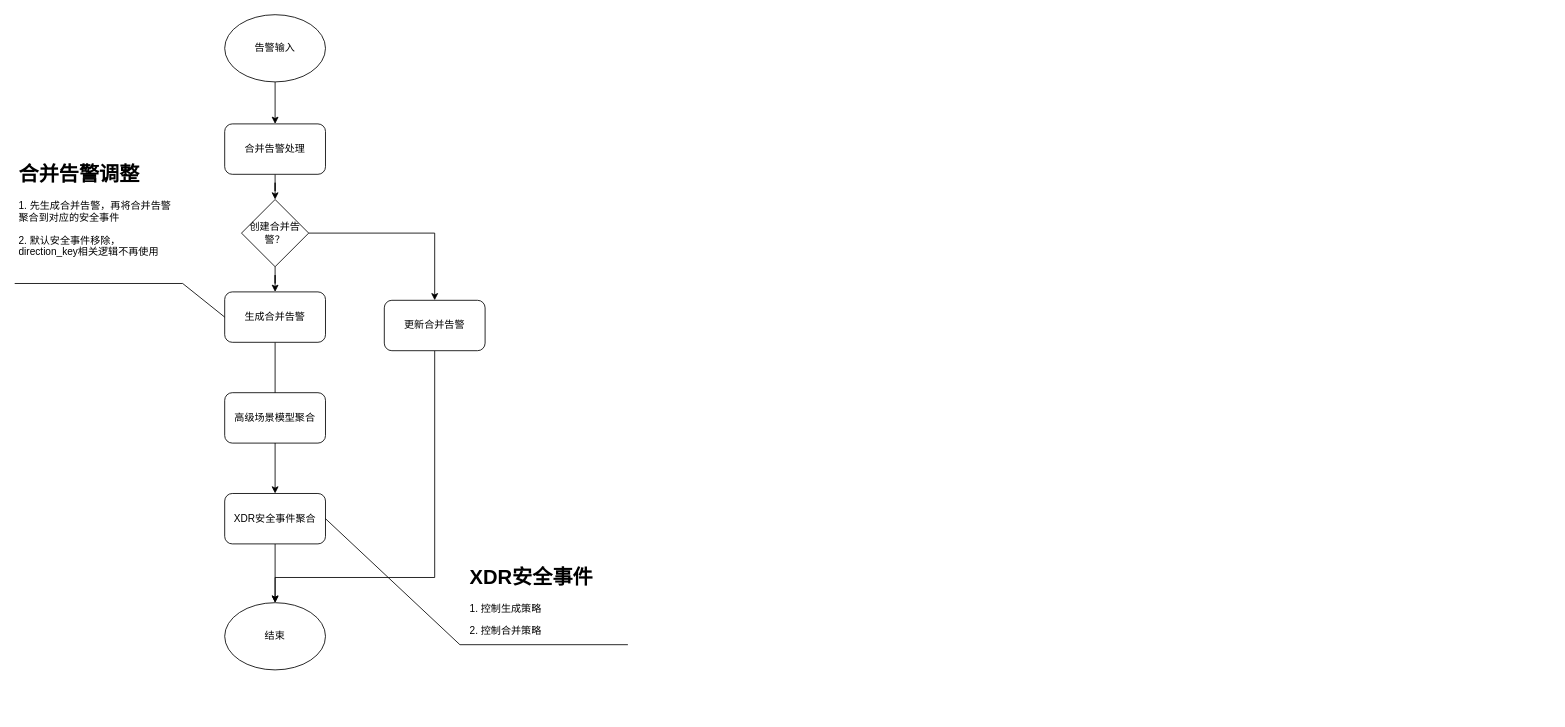
The draw.io diagram XDR安全事件技术方案.drawio in popvlovs/popvlovs-repository, before the edit. Source tidied: cells renumbered, new cells numbered last; positions are measured from the earlier drawing's top-left corner, leaving out a move shared by most shapes. Both pictures are drawn from the tidied source at 84%, with x=0, y=0 at pixel (14, 14).
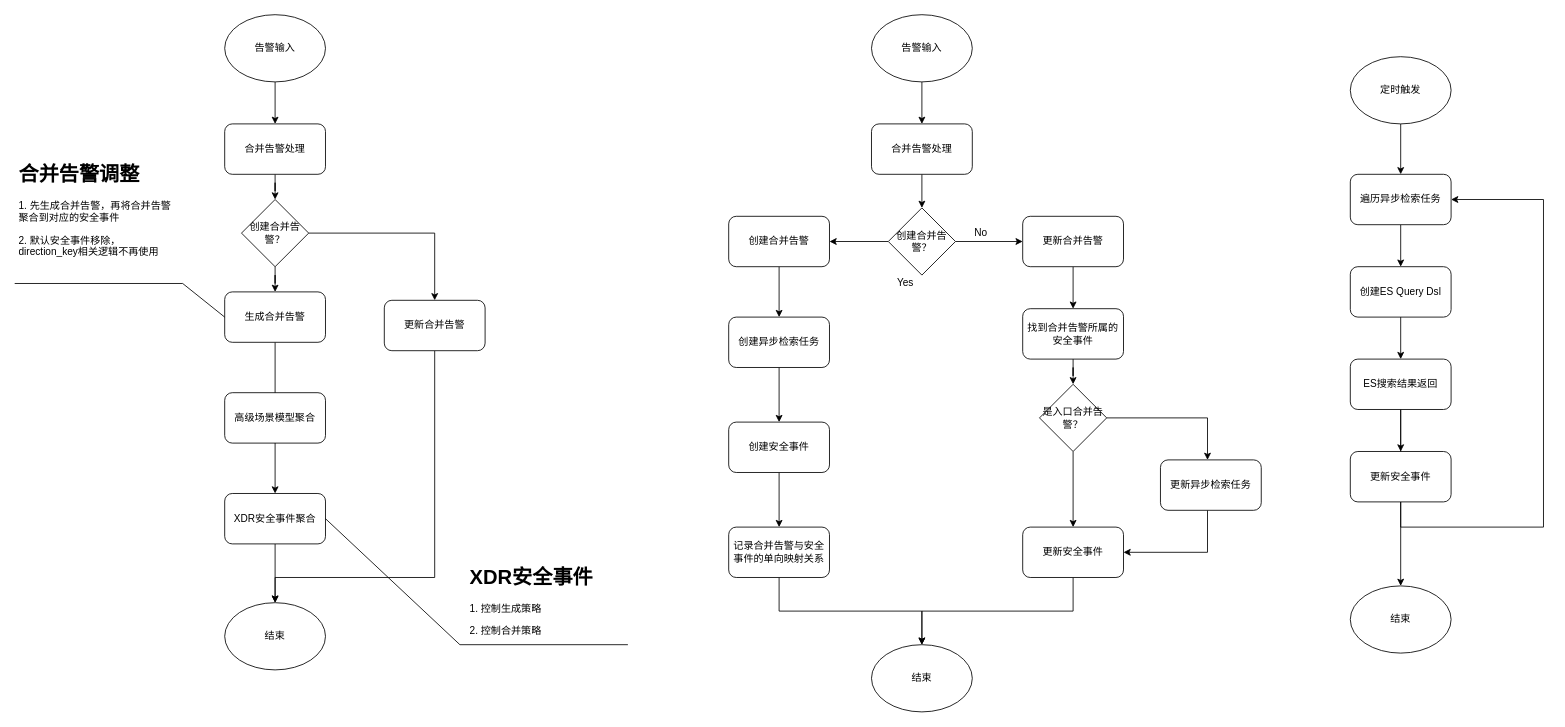
The same page after the edit.

Commit message:
Update XDR安全事件技术方案.drawio

Diff of the diagram source:
```diff
@@
+    <mxCell id="21" style="edgeStyle=orthogonalEdgeStyle;rounded=0;jettySize=auto;html=1;endArrow=classic;endFill=1;" parent="1" edge="1" source="22" target="24">
+      <mxGeometry relative="1" as="geometry" />
+    </mxCell>
+    <mxCell id="22" value="告警输入" style="ellipse;whiteSpace=wrap;html=1;" parent="1" vertex="1">
+      <mxGeometry x="1020" width="120" height="80" as="geometry" />
+    </mxCell>
+    <mxCell id="23" style="edgeStyle=orthogonalEdgeStyle;rounded=0;jettySize=auto;html=1;endArrow=classic;endFill=1;" parent="1" edge="1" source="24" target="27">
+      <mxGeometry relative="1" as="geometry" />
+    </mxCell>
+    <mxCell id="24" value="合并告警处理" style="rounded=1;whiteSpace=wrap;html=1;" parent="1" vertex="1">
+      <mxGeometry x="1020" y="130" width="120" height="60" as="geometry" />
+    </mxCell>
+    <mxCell id="25" style="edgeStyle=orthogonalEdgeStyle;rounded=0;jettySize=auto;html=1;endArrow=classic;endFill=1;" parent="1" edge="1" source="27" target="29">
+      <mxGeometry relative="1" as="geometry" />
+    </mxCell>
+    <mxCell id="26" style="edgeStyle=orthogonalEdgeStyle;rounded=0;jettySize=auto;html=1;endArrow=classic;endFill=1;" parent="1" edge="1" source="27" target="41">
+      <mxGeometry relative="1" as="geometry" />
+    </mxCell>
+    <mxCell id="27" value="创建合并告警？" style="rhombus;whiteSpace=wrap;html=1;" parent="1" vertex="1">
+      <mxGeometry x="1040" y="230" width="80" height="80" as="geometry" />
+    </mxCell>
+    <mxCell id="28" style="edgeStyle=orthogonalEdgeStyle;rounded=0;jettySize=auto;html=1;endArrow=classic;endFill=1;" parent="1" edge="1" source="29" target="31">
+      <mxGeometry relative="1" as="geometry" />
+    </mxCell>
+    <mxCell id="29" value="更新合并告警" style="rounded=1;whiteSpace=wrap;html=1;" parent="1" vertex="1">
+      <mxGeometry x="1200" y="240" width="120" height="60" as="geometry" />
+    </mxCell>
+    <mxCell id="30" style="edgeStyle=orthogonalEdgeStyle;rounded=0;jettySize=auto;html=1;endArrow=classic;endFill=1;" parent="1" edge="1" source="31" target="34">
+      <mxGeometry relative="1" as="geometry" />
+    </mxCell>
+    <mxCell id="31" value="找到合并告警所属的安全事件" style="rounded=1;whiteSpace=wrap;html=1;" parent="1" vertex="1">
+      <mxGeometry x="1200" y="350" width="120" height="60" as="geometry" />
+    </mxCell>
+    <mxCell id="32" style="edgeStyle=orthogonalEdgeStyle;rounded=0;jettySize=auto;html=1;endArrow=classic;endFill=1;" parent="1" edge="1" source="34" target="36">
+      <mxGeometry relative="1" as="geometry">
+        <Array as="points">
+          <mxPoint x="1420" y="480" />
+        </Array>
+      </mxGeometry>
+    </mxCell>
+    <mxCell id="33" style="edgeStyle=orthogonalEdgeStyle;rounded=0;jettySize=auto;html=1;endArrow=classic;endFill=1;" parent="1" edge="1" source="34" target="38">
+      <mxGeometry relative="1" as="geometry" />
+    </mxCell>
+    <mxCell id="34" value="是入口合并告警？" style="rhombus;whiteSpace=wrap;html=1;" parent="1" vertex="1">
+      <mxGeometry x="1220" y="440" width="80" height="80" as="geometry" />
+    </mxCell>
+    <mxCell id="35" style="edgeStyle=orthogonalEdgeStyle;rounded=0;jettySize=auto;html=1;entryX=1;entryY=0.5;entryDx=0;entryDy=0;endArrow=classic;endFill=1;" parent="1" edge="1" source="36" target="38">
+      <mxGeometry relative="1" as="geometry">
+        <Array as="points">
+          <mxPoint x="1420" y="640" />
+        </Array>
+      </mxGeometry>
+    </mxCell>
+    <mxCell id="36" value="更新异步检索任务" style="rounded=1;whiteSpace=wrap;html=1;" parent="1" vertex="1">
+      <mxGeometry x="1364" y="530" width="120" height="60" as="geometry" />
+    </mxCell>
+    <mxCell id="37" style="edgeStyle=orthogonalEdgeStyle;rounded=0;jettySize=auto;html=1;endArrow=classic;endFill=1;" parent="1" edge="1" source="38" target="53">
+      <mxGeometry relative="1" as="geometry">
+        <Array as="points">
+          <mxPoint x="1260" y="710" />
+          <mxPoint x="1080" y="710" />
+        </Array>
+      </mxGeometry>
+    </mxCell>
+    <mxCell id="38" value="更新安全事件" style="rounded=1;whiteSpace=wrap;html=1;" parent="1" vertex="1">
+      <mxGeometry x="1200" y="610" width="120" height="60" as="geometry" />
+    </mxCell>
+    <mxCell id="39" value="No" style="text;html=1;align=center;verticalAlign=middle;strokeColor=none;fillColor=none;" parent="1" vertex="1">
+      <mxGeometry x="1135" y="250" width="30" height="20" as="geometry" />
+    </mxCell>
+    <mxCell id="40" style="edgeStyle=orthogonalEdgeStyle;rounded=0;jettySize=auto;html=1;endArrow=classic;endFill=1;" parent="1" edge="1" source="41" target="44">
+      <mxGeometry relative="1" as="geometry" />
+    </mxCell>
+    <mxCell id="41" value="创建合并告警" style="rounded=1;whiteSpace=wrap;html=1;" parent="1" vertex="1">
+      <mxGeometry x="850" y="240" width="120" height="60" as="geometry" />
+    </mxCell>
+    <mxCell id="42" value="Yes" style="text;html=1;align=center;verticalAlign=middle;strokeColor=none;fillColor=none;" parent="1" vertex="1">
+      <mxGeometry x="1045" y="310" width="30" height="20" as="geometry" />
+    </mxCell>
+    <mxCell id="43" style="edgeStyle=orthogonalEdgeStyle;rounded=0;jettySize=auto;html=1;endArrow=classic;endFill=1;" parent="1" edge="1" source="44" target="46">
+      <mxGeometry relative="1" as="geometry" />
+    </mxCell>
+    <mxCell id="44" value="创建异步检索任务" style="rounded=1;whiteSpace=wrap;html=1;" parent="1" vertex="1">
+      <mxGeometry x="850" y="360" width="120" height="60" as="geometry" />
+    </mxCell>
+    <mxCell id="45" style="edgeStyle=orthogonalEdgeStyle;rounded=0;jettySize=auto;html=1;endArrow=classic;endFill=1;" parent="1" edge="1" source="46" target="48">
+      <mxGeometry relative="1" as="geometry" />
+    </mxCell>
+    <mxCell id="46" value="创建安全事件" style="rounded=1;whiteSpace=wrap;html=1;" parent="1" vertex="1">
+      <mxGeometry x="850" y="485" width="120" height="60" as="geometry" />
+    </mxCell>
+    <mxCell id="47" style="edgeStyle=orthogonalEdgeStyle;rounded=0;jettySize=auto;html=1;entryX=0.5;entryY=0;entryDx=0;entryDy=0;endArrow=classic;endFill=1;" parent="1" edge="1" source="48" target="53">
+      <mxGeometry relative="1" as="geometry">
+        <Array as="points">
+          <mxPoint x="910" y="710" />
+          <mxPoint x="1080" y="710" />
+        </Array>
+      </mxGeometry>
+    </mxCell>
+    <mxCell id="48" value="记录合并告警与安全事件的单向映射关系" style="rounded=1;whiteSpace=wrap;html=1;" parent="1" vertex="1">
+      <mxGeometry x="850" y="610" width="120" height="60" as="geometry" />
+    </mxCell>
+    <mxCell id="49" style="edgeStyle=orthogonalEdgeStyle;rounded=0;jettySize=auto;html=1;endArrow=classic;endFill=1;" parent="1" edge="1" source="50" target="55">
+      <mxGeometry relative="1" as="geometry" />
+    </mxCell>
+    <mxCell id="50" value="遍历异步检索任务" style="rounded=1;whiteSpace=wrap;html=1;" parent="1" vertex="1">
+      <mxGeometry x="1590" y="190" width="120" height="60" as="geometry" />
+    </mxCell>
+    <mxCell id="51" style="edgeStyle=orthogonalEdgeStyle;rounded=0;jettySize=auto;html=1;endArrow=classic;endFill=1;" parent="1" edge="1" source="52" target="50">
+      <mxGeometry relative="1" as="geometry" />
+    </mxCell>
+    <mxCell id="52" value="定时触发" style="ellipse;whiteSpace=wrap;html=1;" parent="1" vertex="1">
+      <mxGeometry x="1590" y="50" width="120" height="80" as="geometry" />
+    </mxCell>
+    <mxCell id="53" value="结束" style="ellipse;whiteSpace=wrap;html=1;" parent="1" vertex="1">
+      <mxGeometry x="1020" y="750" width="120" height="80" as="geometry" />
+    </mxCell>
+    <mxCell id="54" style="edgeStyle=orthogonalEdgeStyle;rounded=0;jettySize=auto;html=1;endArrow=classic;endFill=1;" parent="1" edge="1" source="55" target="58">
+      <mxGeometry relative="1" as="geometry" />
+    </mxCell>
+    <mxCell id="55" value="创建ES Query Dsl" style="rounded=1;whiteSpace=wrap;html=1;" parent="1" vertex="1">
+      <mxGeometry x="1590" y="300" width="120" height="60" as="geometry" />
+    </mxCell>
+    <mxCell id="56" style="edgeStyle=orthogonalEdgeStyle;rounded=0;jettySize=auto;html=1;entryX=1;entryY=0.5;entryDx=0;entryDy=0;endArrow=classic;endFill=1;" parent="1" edge="1" source="58" target="50">
+      <mxGeometry relative="1" as="geometry">
+        <Array as="points">
+          <mxPoint x="1650" y="610" />
+          <mxPoint x="1820" y="610" />
+          <mxPoint x="1820" y="220" />
+        </Array>
+      </mxGeometry>
+    </mxCell>
+    <mxCell id="57" style="edgeStyle=orthogonalEdgeStyle;rounded=0;jettySize=auto;html=1;endArrow=classic;endFill=1;" parent="1" edge="1" source="58" target="60">
+      <mxGeometry relative="1" as="geometry" />
+    </mxCell>
+    <mxCell id="58" value="ES搜索结果返回" style="rounded=1;whiteSpace=wrap;html=1;" parent="1" vertex="1">
+      <mxGeometry x="1590" y="410" width="120" height="60" as="geometry" />
+    </mxCell>
+    <mxCell id="59" style="edgeStyle=orthogonalEdgeStyle;rounded=0;jettySize=auto;html=1;endArrow=classic;endFill=1;" parent="1" edge="1" source="60" target="61">
+      <mxGeometry relative="1" as="geometry" />
+    </mxCell>
+    <mxCell id="60" value="更新安全事件" style="rounded=1;whiteSpace=wrap;html=1;" parent="1" vertex="1">
+      <mxGeometry x="1590" y="520" width="120" height="60" as="geometry" />
+    </mxCell>
+    <mxCell id="61" value="结束" style="ellipse;whiteSpace=wrap;html=1;" parent="1" vertex="1">
+      <mxGeometry x="1590" y="680" width="120" height="80" as="geometry" />
+    </mxCell>
```
